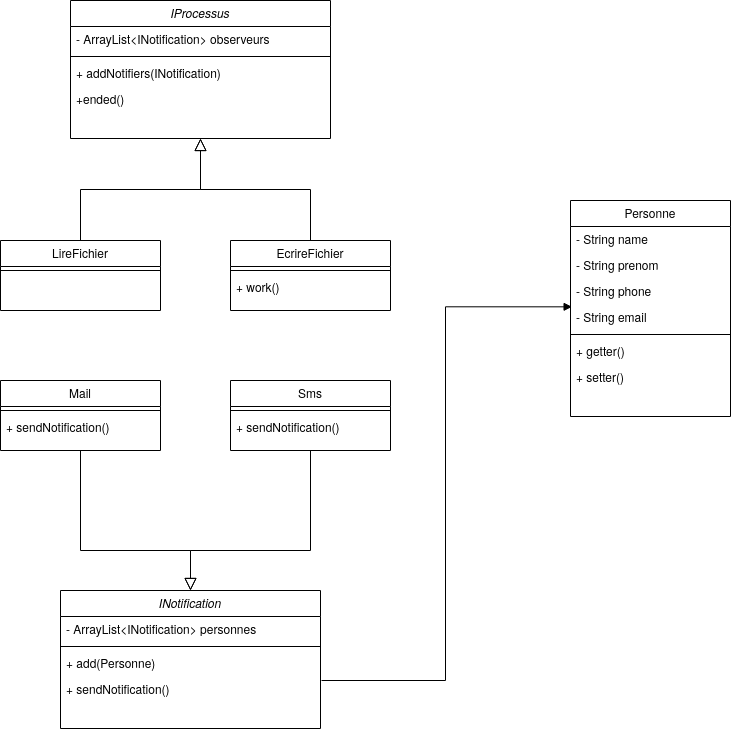
Above: Exercices/3.DesignPattern/observer/observer.png in ign-formation/Design-Pattern (draw.io), before the change. Source tidied: cells renumbered, new cells last; positions are measured from the earlier drawing's top-left corner, leaving out a move shared by most shapes.
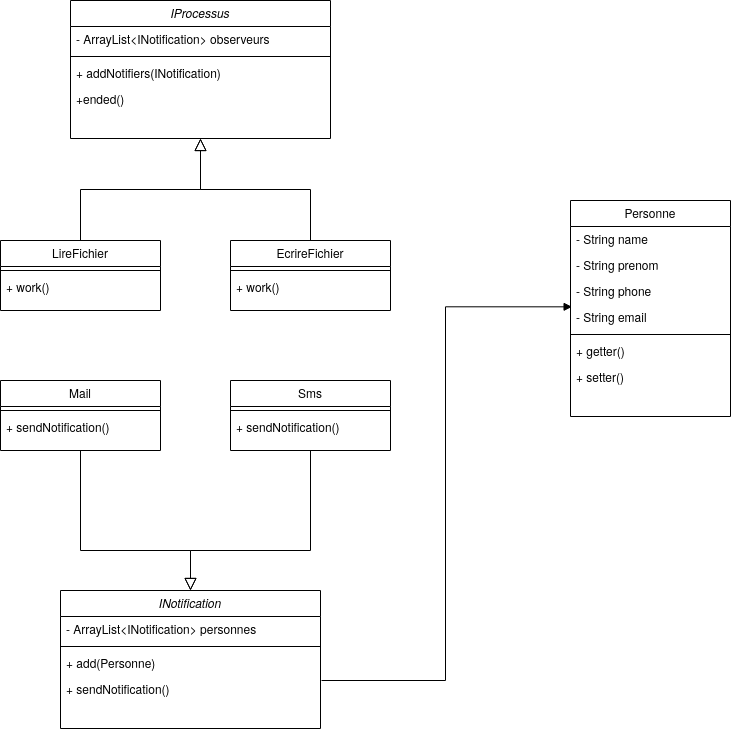
The same diagram one commit later.

The edit, as a diff of the source:
```diff
@@ -23,6 +23,9 @@
     <mxCell id="8" style="line;html=1;strokeWidth=1;align=left;verticalAlign=middle;spacingTop=-1;spacingLeft=3;spacingRight=3;labelPosition=right;" parent="7" vertex="1">
       <mxGeometry y="26" width="160" height="8" as="geometry" />
     </mxCell>
+    <mxCell id="36" value="+ work()" style="text;align=left;verticalAlign=top;spacingLeft=4;spacingRight=4;overflow=hidden;fontStyle=0;strokeColor=none;" parent="7" vertex="1">
+      <mxGeometry y="34" width="160" height="26" as="geometry" />
+    </mxCell>
     <mxCell id="9" style="endArrow=block;endSize=10;endFill=0;shadow=0;strokeWidth=1;rounded=0;edgeStyle=elbowEdgeStyle;elbow=vertical;" parent="1" edge="1" source="7" target="2">
       <mxGeometry relative="1" as="geometry" />
     </mxCell>
```
